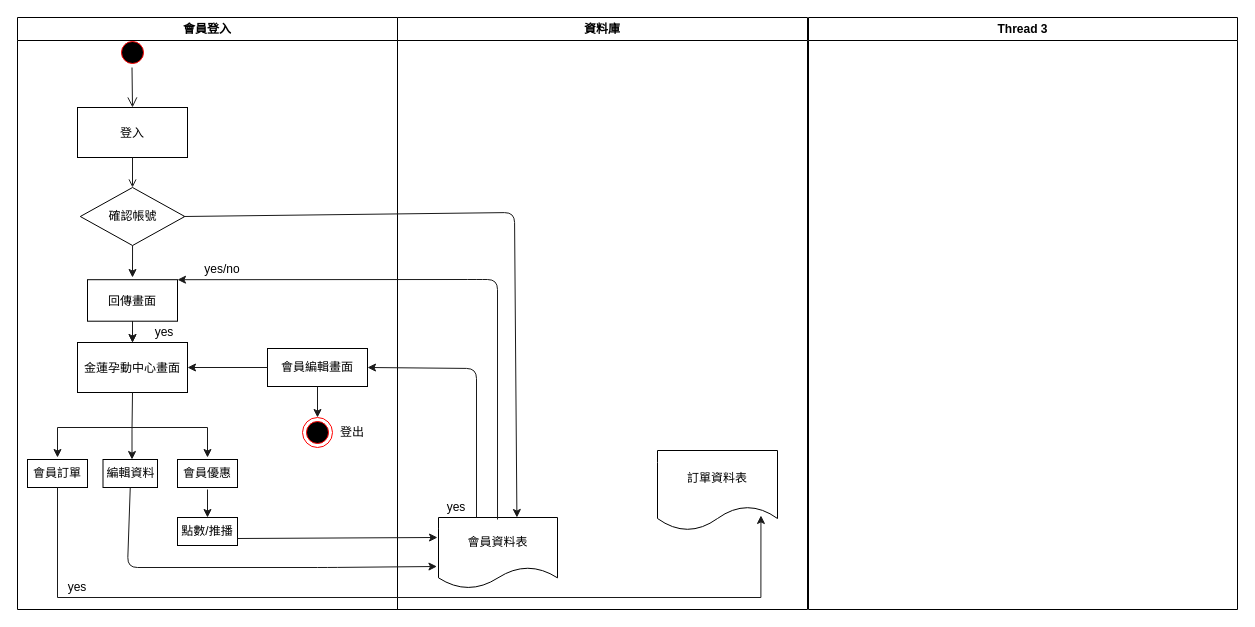
This is 會員登入.drawio from 4gold/github-slideshow, a draw.io file, before an edit. Source tidied: cells renumbered, new cells numbered last; positions are measured from the earlier drawing's top-left corner, leaving out a move shared by most shapes. Both pictures are drawn from the tidied source at 100%, with x=0, y=0 at pixel (17, 17).
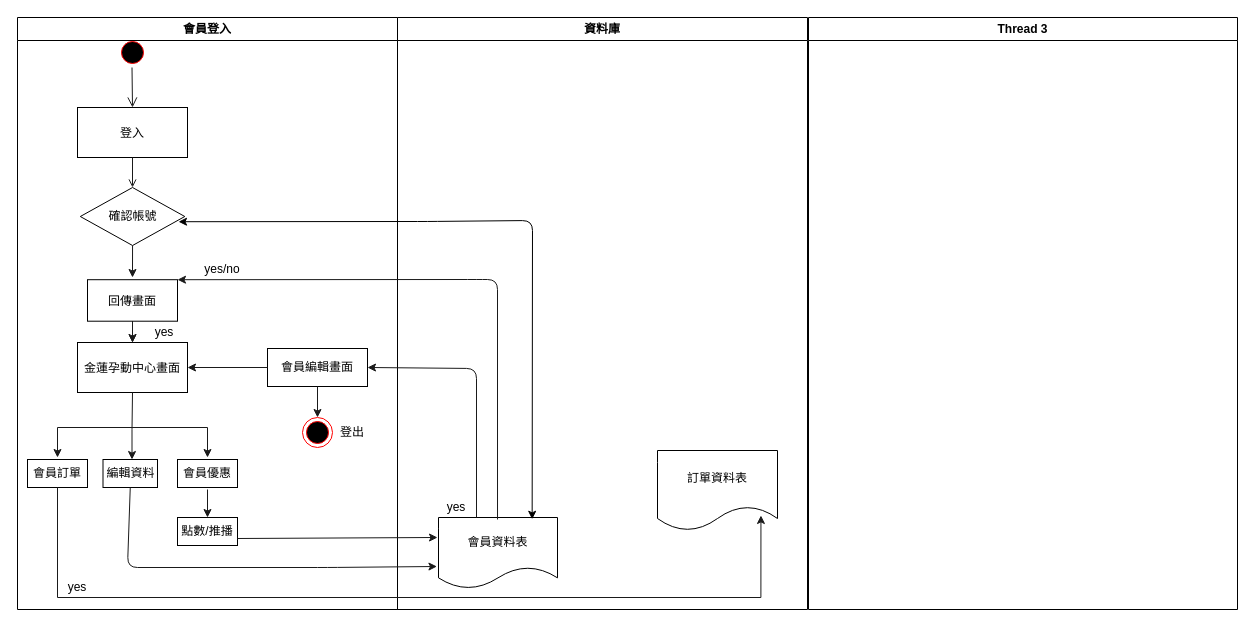
Above is the later version.

The change refers to these unchanged cells:
```xml
<mxCell id="8" value="確認帳號" style="rhombus;whiteSpace=wrap;html=1;" parent="2" vertex="1">
  <mxGeometry x="62.8" y="170" width="104.5" height="58" as="geometry" />
</mxCell>
<mxCell id="28" value="會員資料表" style="shape=document;whiteSpace=wrap;html=1;boundedLbl=1;" parent="27" vertex="1">
  <mxGeometry x="41" y="500" width="119" height="71" as="geometry" />
</mxCell>
```

Change to the diagram source:
```diff
@@
-    <mxCell id="39" style="endArrow=classic;html=1;strokeColor=#1A1A1A;entryX=0.659;entryY=0;entryDx=0;entryDy=0;entryPerimeter=0;" parent="1" edge="1" target="28">
-      <mxGeometry relative="1" as="geometry">
-        <mxPoint x="166" y="199" as="sourcePoint" />
-        <Array as="points">
-          <mxPoint x="166" y="199" />
-          <mxPoint x="497" y="195" />
-        </Array>
-      </mxGeometry>
-    </mxCell>
@@
+    <mxCell id="43" style="endArrow=classic;startArrow=classic;html=1;exitX=0.94;exitY=0.59;exitDx=0;exitDy=0;exitPerimeter=0;entryX=0.787;entryY=0.025;entryDx=0;entryDy=0;entryPerimeter=0;" parent="1" edge="1" source="8" target="28">
+      <mxGeometry relative="1" as="geometry">
+        <Array as="points">
+          <mxPoint x="410" y="204" />
+          <mxPoint x="515" y="203" />
+        </Array>
+      </mxGeometry>
+    </mxCell>
```
